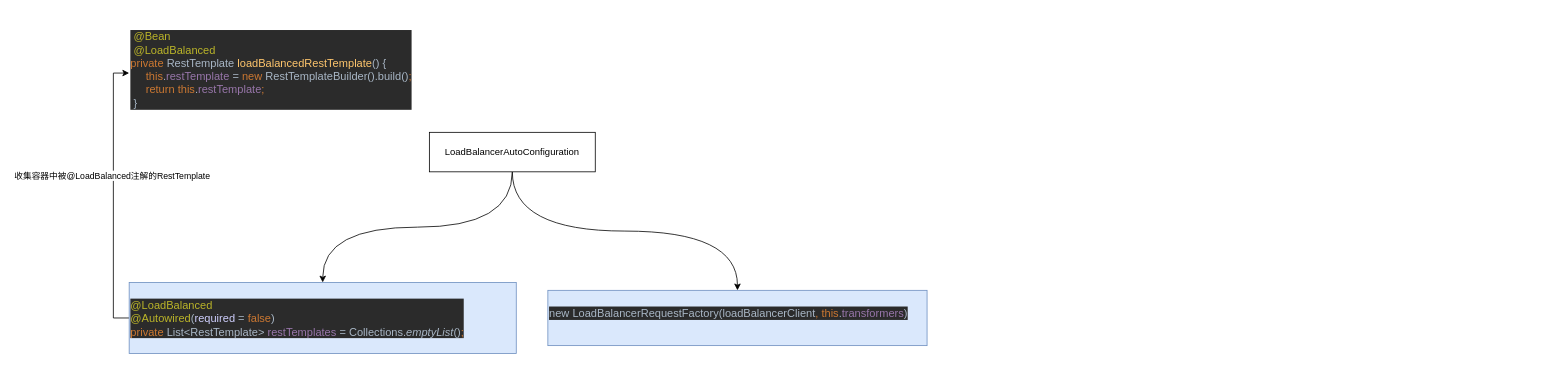
This is springcloud.drawio from qymmdj/draw-io, a draw.io file, before an edit. Source tidied: cells renumbered, new cells numbered last; positions are measured from the earlier drawing's top-left corner, leaving out a move shared by most shapes. Both pictures are drawn from the tidied source at 79%, with x=0, y=0 at pixel (129, 13).
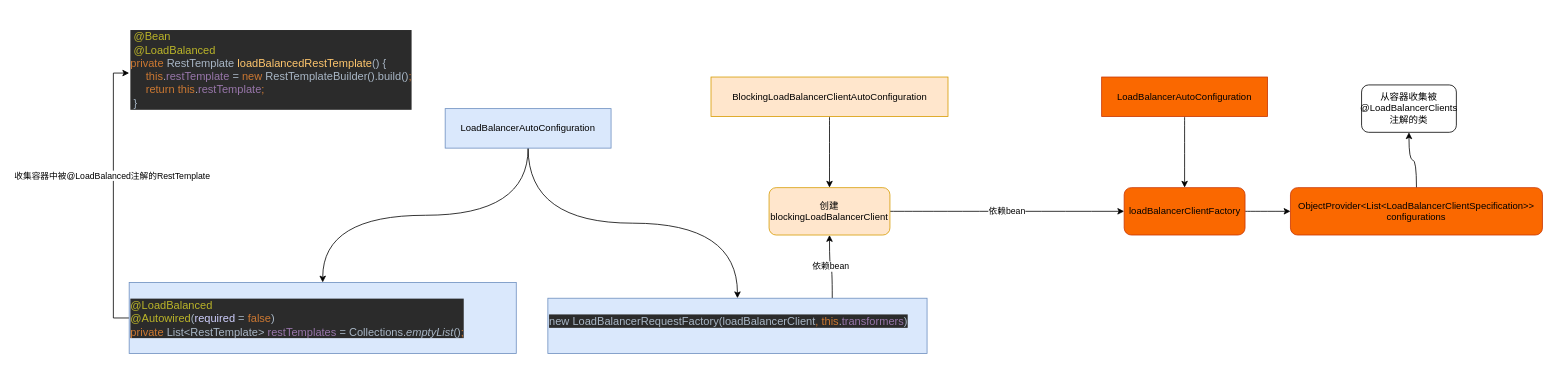
The same page after the edit.

The edit, as a diff of the source:
```diff
@@
-    <mxCell id="5" value="LoadBalancerAutoConfiguration" style="rounded=0;whiteSpace=wrap;html=1;" parent="1" vertex="1">
-      <mxGeometry x="380" y="150" width="210" height="50" as="geometry" />
+    <mxCell id="5" value="LoadBalancerAutoConfiguration" style="rounded=0;whiteSpace=wrap;html=1;fillColor=#dae8fc;strokeColor=#6c8ebf;" parent="1" vertex="1">
+      <mxGeometry x="400" y="120" width="210" height="50" as="geometry" />
     </mxCell>
@@
+    <mxCell id="10" value="依赖bean" style="edgeStyle=orthogonalEdgeStyle;curved=1;rounded=0;jettySize=auto;html=1;entryX=0.5;entryY=1;entryDx=0;entryDy=0;exitX=0.75;exitY=0;exitDx=0;exitDy=0;" parent="1" edge="1" source="9" target="14">
+      <mxGeometry x="0.01" relative="1" as="geometry" />
+    </mxCell>
     <mxCell id="9" value="&lt;pre style=&quot;background-color:#2b2b2b;color:#a9b7c6;font-family:'JetBrains Mono';font-size:10.5pt;&quot;&gt;new LoadBalancerRequestFactory(loadBalancerClient&lt;span style=&quot;color:#cc7832;&quot;&gt;, this&lt;/span&gt;.&lt;span style=&quot;color:#9876aa;&quot;&gt;transformers&lt;/span&gt;)&lt;/pre&gt;" style="text;whiteSpace=wrap;html=1;fillColor=#dae8fc;strokeColor=#6c8ebf;" parent="1" vertex="1">
-      <mxGeometry x="530" y="350" width="480" height="70" as="geometry" />
+      <mxGeometry x="530" y="360" width="480" height="70" as="geometry" />
     </mxCell>
+    <mxCell id="11" style="edgeStyle=orthogonalEdgeStyle;curved=1;rounded=0;jettySize=auto;html=1;" parent="1" edge="1" source="12" target="14">
+      <mxGeometry relative="1" as="geometry" />
+    </mxCell>
+    <mxCell id="12" value="BlockingLoadBalancerClientAutoConfiguration" style="rounded=0;whiteSpace=wrap;html=1;fillColor=#ffe6cc;strokeColor=#d79b00;" parent="1" vertex="1">
+      <mxGeometry x="736.5" y="80" width="300" height="50" as="geometry" />
+    </mxCell>
+    <mxCell id="13" value="依赖bean" style="edgeStyle=orthogonalEdgeStyle;curved=1;rounded=0;jettySize=auto;html=1;" parent="1" edge="1" source="14" target="18">
+      <mxGeometry relative="1" as="geometry" />
+    </mxCell>
+    <mxCell id="14" value="创建&lt;br&gt;blockingLoadBalancerClient" style="rounded=1;whiteSpace=wrap;html=1;fillColor=#ffe6cc;strokeColor=#d79b00;" parent="1" vertex="1">
+      <mxGeometry x="810" y="220" width="153" height="60" as="geometry" />
+    </mxCell>
+    <mxCell id="15" style="edgeStyle=orthogonalEdgeStyle;curved=1;rounded=0;jettySize=auto;html=1;" parent="1" edge="1" source="16" target="18">
+      <mxGeometry relative="1" as="geometry" />
+    </mxCell>
+    <mxCell id="16" value="LoadBalancerAutoConfiguration" style="rounded=0;whiteSpace=wrap;html=1;fillColor=#fa6800;strokeColor=#C73500;fontColor=#000000;" parent="1" vertex="1">
+      <mxGeometry x="1231" y="80" width="210" height="50" as="geometry" />
+    </mxCell>
+    <mxCell id="17" style="edgeStyle=orthogonalEdgeStyle;curved=1;rounded=0;jettySize=auto;html=1;" parent="1" edge="1" source="18" target="20">
+      <mxGeometry relative="1" as="geometry" />
+    </mxCell>
+    <mxCell id="18" value="loadBalancerClientFactory" style="rounded=1;whiteSpace=wrap;html=1;fillColor=#fa6800;strokeColor=#C73500;fontColor=#000000;" parent="1" vertex="1">
+      <mxGeometry x="1259.5" y="220" width="153" height="60" as="geometry" />
+    </mxCell>
+    <mxCell id="19" style="edgeStyle=orthogonalEdgeStyle;curved=1;rounded=0;jettySize=auto;html=1;" parent="1" edge="1" source="20" target="21">
+      <mxGeometry relative="1" as="geometry" />
+    </mxCell>
+    <mxCell id="20" value="ObjectProvider&amp;lt;List&amp;lt;LoadBalancerClientSpecification&amp;gt;&amp;gt; configurations" style="rounded=1;whiteSpace=wrap;html=1;fillColor=#fa6800;strokeColor=#C73500;fontColor=#000000;" parent="1" vertex="1">
+      <mxGeometry x="1470" y="220" width="319" height="60" as="geometry" />
+    </mxCell>
+    <mxCell id="21" value="从容器收集被&lt;br&gt;@LoadBalancerClients注解的类" style="rounded=1;whiteSpace=wrap;html=1;" parent="1" vertex="1">
+      <mxGeometry x="1560" y="90" width="120" height="60" as="geometry" />
+    </mxCell>
```
